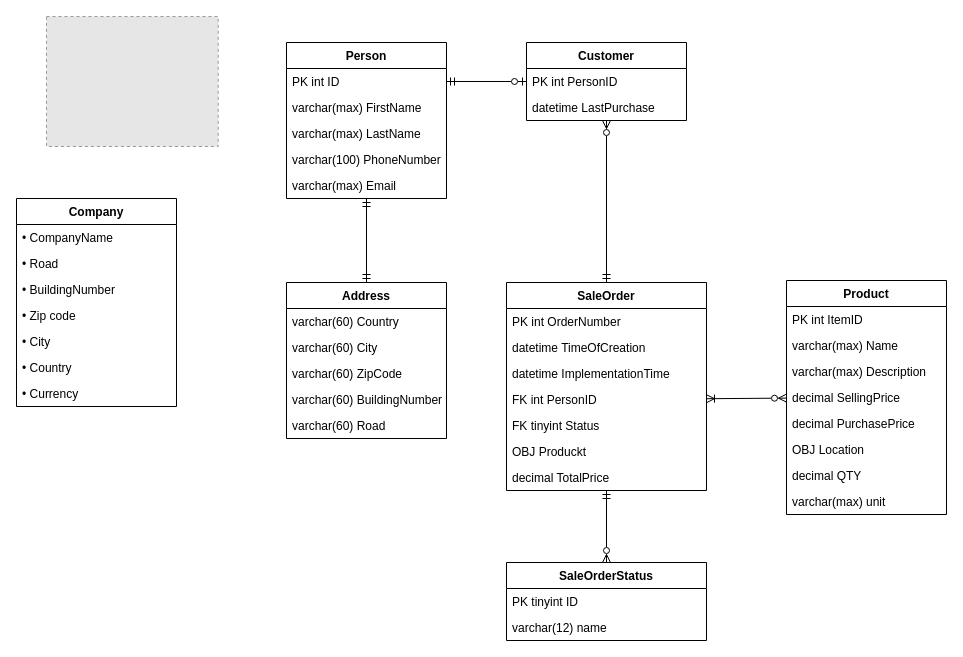
This is ERPRO/docs/ERPRO(ERDiagram).drawio from jimdenseje/ERPRO, a draw.io file, before an edit. Source tidied: cells renumbered, new cells numbered last; positions are measured from the earlier drawing's top-left corner, leaving out a move shared by most shapes. Both pictures are drawn from the tidied source at 100%, with x=0, y=0 at pixel (16, 16). Pictures stored in the file or linked from it are replaced by grey dashed boxes.
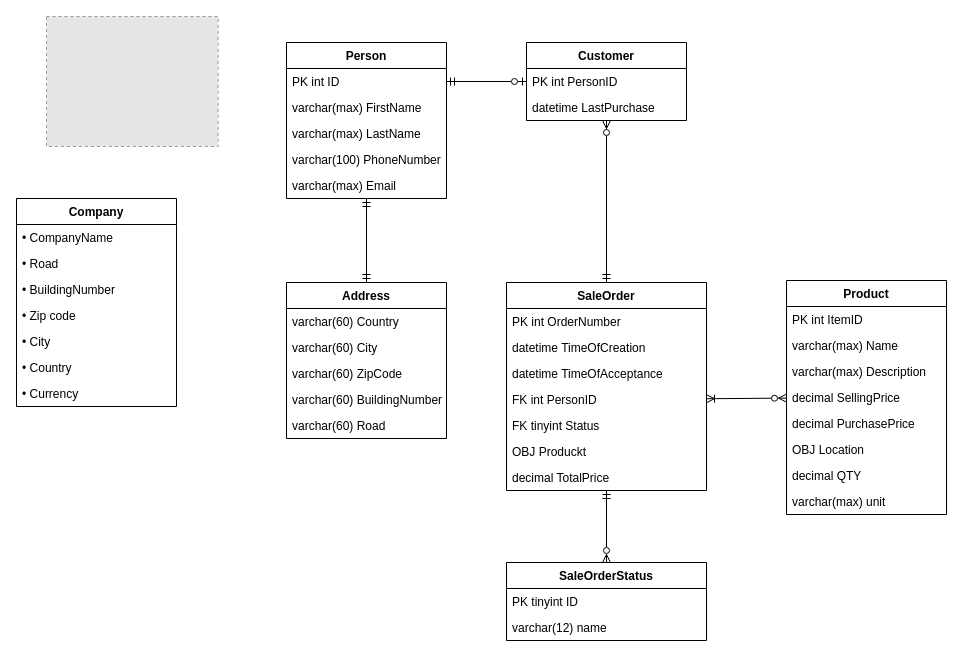
Above is the later version.

Commit message:
Minor changes to diagrams readme og roc

The change refers to these unchanged cells:
```xml
<mxCell id="6" value="SaleOrder" style="swimlane;fontStyle=1;align=center;verticalAlign=top;horizontal=1;startSize=26;" parent="1" vertex="1">
  <mxGeometry x="490" y="266" width="200" height="208" as="geometry" />
</mxCell>
```

What changed in the source:
```diff
@@
-    <mxCell id="9" value="datetime ImplementationTime" style="text;strokeColor=none;fillColor=none;align=left;verticalAlign=top;spacingLeft=4;spacingRight=4;overflow=hidden;" parent="6" vertex="1">
+    <mxCell id="9" value="datetime TimeOfAcceptance" style="text;strokeColor=none;fillColor=none;align=left;verticalAlign=top;spacingLeft=4;spacingRight=4;overflow=hidden;" parent="6" vertex="1">
       <mxGeometry y="78" width="200" height="26" as="geometry" />
     </mxCell>
```
